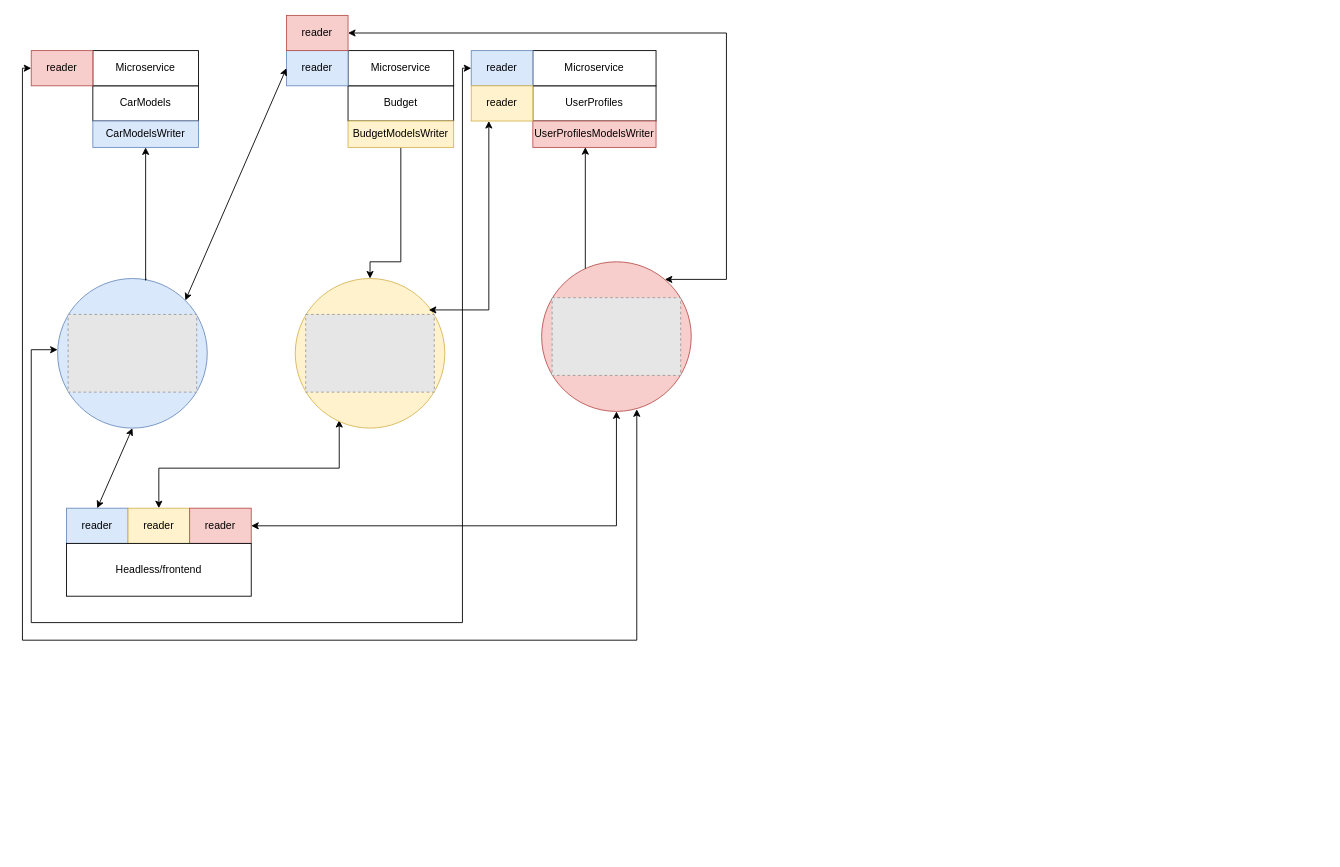
Earlier version of the draw.io diagram Namnlöst diagram.drawio (ronnisoderberg/RnD-testSuit). Source tidied: cells renumbered, new cells numbered last; positions are measured from the earlier drawing's top-left corner, leaving out a move shared by most shapes. Both pictures are drawn from the tidied source at 88%, with x=0, y=0 at pixel (22, 15). Pictures stored in the file or linked from it are replaced by grey dashed boxes.
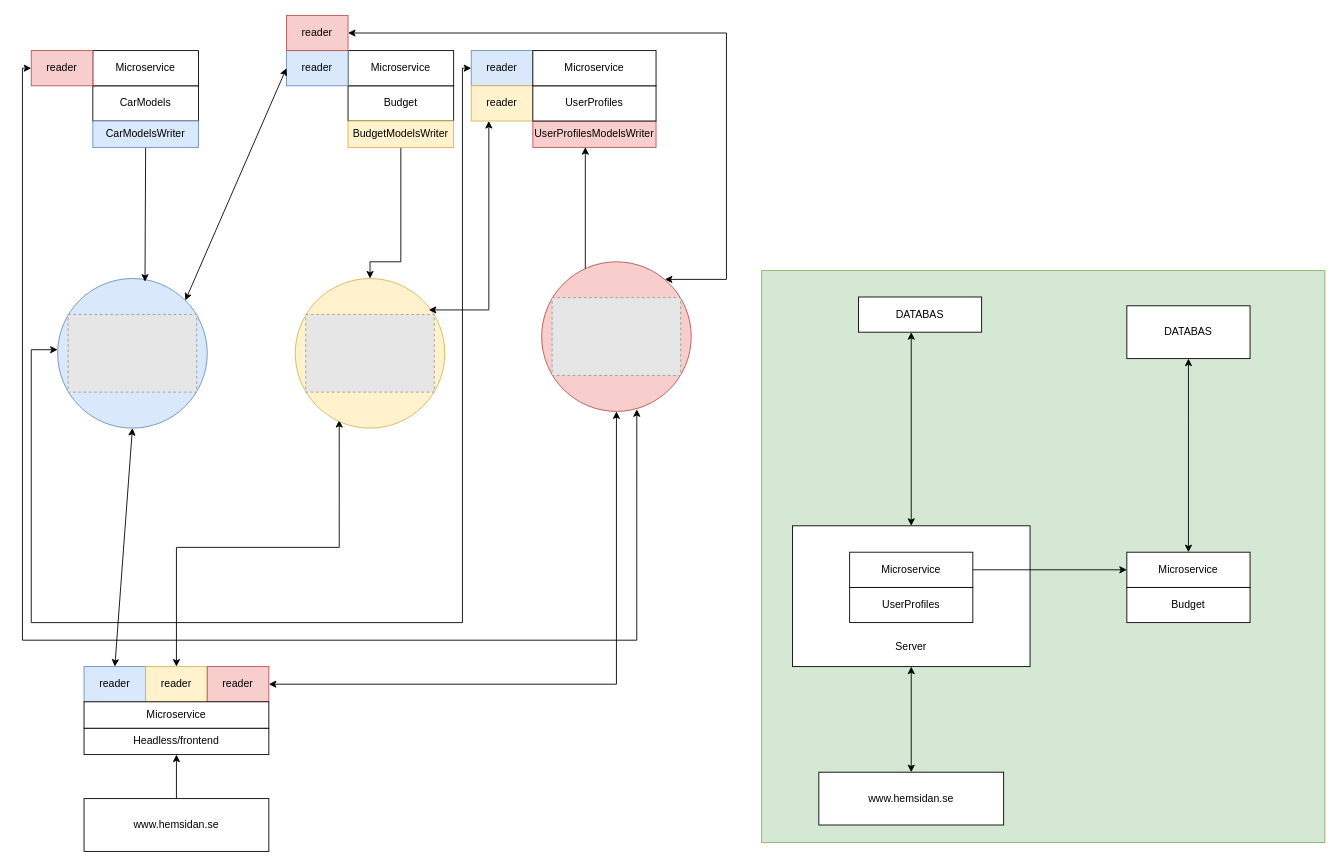
After the change.

The change refers to these unchanged cells:
```xml
<mxCell id="3" style="ellipse;whiteSpace=wrap;html=1;fillColor=#dae8fc;strokeColor=#6c8ebf;" parent="2" vertex="1">
  <mxGeometry width="170" height="170" as="geometry" />
</mxCell>
<mxCell id="7" value="CarModelsWriter" style="rounded=0;whiteSpace=wrap;html=1;fillColor=#dae8fc;strokeColor=#6c8ebf;" parent="1" vertex="1">
  <mxGeometry x="80" y="120" width="120" height="30" as="geometry" />
</mxCell>
```

Change to the diagram source:
```diff
@@
+    <mxCell id="40" value="&lt;br&gt;&lt;br&gt;&lt;br&gt;&lt;br&gt;&lt;br&gt;&lt;br&gt;&lt;br&gt;&lt;br&gt;&lt;br&gt;&lt;br&gt;&lt;br&gt;&lt;br&gt;&lt;br&gt;&lt;br&gt;&lt;br&gt;&lt;br&gt;&lt;br&gt;&lt;br&gt;&lt;br&gt;&lt;br&gt;&lt;br&gt;&lt;br&gt;&lt;br&gt;&lt;br&gt;&lt;br&gt;&lt;br&gt;&lt;br&gt;&lt;br&gt;&lt;br&gt;" style="rounded=0;whiteSpace=wrap;html=1;fillColor=#d5e8d4;strokeColor=#82b366;" parent="1" vertex="1">
+      <mxGeometry x="840" y="290" width="640" height="650" as="geometry" />
+    </mxCell>
+    <mxCell id="41" value="&lt;br&gt;&lt;br&gt;&lt;br&gt;&lt;br&gt;&lt;br&gt;&lt;br&gt;&lt;br&gt;&lt;br&gt;Server" style="rounded=0;whiteSpace=wrap;html=1;" parent="1" vertex="1">
+      <mxGeometry x="875" y="580" width="270" height="160" as="geometry" />
+    </mxCell>
@@
-    <mxCell id="6" style="edgeStyle=orthogonalEdgeStyle;rounded=0;jettySize=auto;html=1;exitX=0.5;exitY=1;exitDx=0;exitDy=0;startArrow=classic;startFill=1;endArrow=none;endFill=0;entryX=0.59;entryY=0;entryDx=0;entryDy=0;entryPerimeter=0;" parent="1" edge="1" source="7" target="3">
+    <mxCell id="6" style="edgeStyle=orthogonalEdgeStyle;rounded=0;jettySize=auto;html=1;exitX=0.5;exitY=1;exitDx=0;exitDy=0;startArrow=none;startFill=0;endArrow=classic;endFill=1;entryX=0.584;entryY=0.021;entryDx=0;entryDy=0;entryPerimeter=0;" parent="1" edge="1" source="7" target="3">
       <mxGeometry relative="1" as="geometry">
         <Array as="points">
-          <mxPoint x="140" y="301" />
+          <mxPoint x="139" y="150" />
         </Array>
       </mxGeometry>
     </mxCell>
@@
     <mxCell id="8" value="reader" style="rounded=0;whiteSpace=wrap;html=1;fillColor=#dae8fc;strokeColor=#6c8ebf;" parent="1" vertex="1">
-      <mxGeometry x="50" y="560" width="70" height="40" as="geometry" />
+      <mxGeometry x="70" y="740" width="70" height="40" as="geometry" />
     </mxCell>
@@
     <mxCell id="10" value="reader" style="rounded=0;whiteSpace=wrap;html=1;fillColor=#fff2cc;strokeColor=#d6b656;" parent="1" vertex="1">
-      <mxGeometry x="120" y="560" width="70" height="40" as="geometry" />
+      <mxGeometry x="140" y="740" width="70" height="40" as="geometry" />
     </mxCell>
@@
     <mxCell id="12" value="reader" style="rounded=0;whiteSpace=wrap;html=1;fillColor=#f8cecc;strokeColor=#b85450;" parent="1" vertex="1">
-      <mxGeometry x="190" y="560" width="70" height="40" as="geometry" />
+      <mxGeometry x="210" y="740" width="70" height="40" as="geometry" />
     </mxCell>
     <mxCell id="13" value="Headless/frontend" style="rounded=0;whiteSpace=wrap;html=1;" parent="1" vertex="1">
-      <mxGeometry x="50" y="600" width="210" height="60" as="geometry" />
+      <mxGeometry x="70" y="810" width="210" height="30" as="geometry" />
     </mxCell>
@@
     <mxCell id="30" value="UserProfiles" style="rounded=0;whiteSpace=wrap;html=1;" parent="1" vertex="1">
-      <mxGeometry x="580" y="80" width="140" height="40" as="geometry" />
+      <mxGeometry x="940" y="650" width="140" height="40" as="geometry" />
     </mxCell>
@@
+    <mxCell id="42" style="edgeStyle=orthogonalEdgeStyle;rounded=0;jettySize=auto;html=1;entryX=0;entryY=0.5;entryDx=0;entryDy=0;" parent="1" edge="1" source="33" target="53">
+      <mxGeometry relative="1" as="geometry" />
+    </mxCell>
     <mxCell id="33" value="Microservice" style="rounded=0;whiteSpace=wrap;html=1;" parent="1" vertex="1">
-      <mxGeometry x="580" y="40" width="140" height="40" as="geometry" />
+      <mxGeometry x="940" y="610" width="140" height="40" as="geometry" />
     </mxCell>
@@
+    <mxCell id="43" style="edgeStyle=orthogonalEdgeStyle;rounded=0;jettySize=auto;html=1;exitX=0.5;exitY=0;exitDx=0;exitDy=0;entryX=0.5;entryY=1;entryDx=0;entryDy=0;" parent="1" edge="1" source="44" target="13">
+      <mxGeometry relative="1" as="geometry" />
+    </mxCell>
+    <mxCell id="44" value="www.hemsidan.se&lt;br&gt;" style="rounded=0;whiteSpace=wrap;html=1;" parent="1" vertex="1">
+      <mxGeometry x="70" y="890" width="210" height="60" as="geometry" />
+    </mxCell>
+    <mxCell id="45" style="edgeStyle=orthogonalEdgeStyle;rounded=0;jettySize=auto;html=1;startArrow=classic;startFill=1;entryX=0.5;entryY=1;entryDx=0;entryDy=0;" parent="1" edge="1" source="46" target="41">
+      <mxGeometry relative="1" as="geometry" />
+    </mxCell>
+    <mxCell id="46" value="www.hemsidan.se&lt;br&gt;" style="rounded=0;whiteSpace=wrap;html=1;" parent="1" vertex="1">
+      <mxGeometry x="905" y="860" width="210" height="60" as="geometry" />
+    </mxCell>
+    <mxCell id="47" style="edgeStyle=orthogonalEdgeStyle;rounded=0;jettySize=auto;html=1;startArrow=classic;startFill=1;entryX=0.5;entryY=0;entryDx=0;entryDy=0;" parent="1" edge="1" source="48" target="41">
+      <mxGeometry relative="1" as="geometry">
+        <Array as="points">
+          <mxPoint x="1010" y="520" />
+          <mxPoint x="1010" y="520" />
+        </Array>
+      </mxGeometry>
+    </mxCell>
+    <mxCell id="48" value="DATABAS" style="rounded=0;whiteSpace=wrap;html=1;" parent="1" vertex="1">
+      <mxGeometry x="950" y="320" width="140" height="40" as="geometry" />
+    </mxCell>
+    <mxCell id="49" value="UserProfiles" style="rounded=0;whiteSpace=wrap;html=1;" parent="1" vertex="1">
+      <mxGeometry x="580" y="80" width="140" height="40" as="geometry" />
+    </mxCell>
+    <mxCell id="50" value="Microservice" style="rounded=0;whiteSpace=wrap;html=1;" parent="1" vertex="1">
+      <mxGeometry x="580" y="40" width="140" height="40" as="geometry" />
+    </mxCell>
+    <mxCell id="51" value="Microservice" style="rounded=0;whiteSpace=wrap;html=1;" parent="1" vertex="1">
+      <mxGeometry x="70" y="780" width="210" height="30" as="geometry" />
+    </mxCell>
+    <mxCell id="52" value="Budget" style="rounded=0;whiteSpace=wrap;html=1;" parent="1" vertex="1">
+      <mxGeometry x="1255" y="650" width="140" height="40" as="geometry" />
+    </mxCell>
+    <mxCell id="53" value="Microservice" style="rounded=0;whiteSpace=wrap;html=1;" parent="1" vertex="1">
+      <mxGeometry x="1255" y="610" width="140" height="40" as="geometry" />
+    </mxCell>
+    <mxCell id="54" style="edgeStyle=orthogonalEdgeStyle;rounded=0;jettySize=auto;html=1;startArrow=classic;startFill=1;entryX=0.5;entryY=0;entryDx=0;entryDy=0;exitX=0.5;exitY=1;exitDx=0;exitDy=0;" parent="1" edge="1" source="55" target="53">
+      <mxGeometry relative="1" as="geometry">
+        <Array as="points">
+          <mxPoint x="1325" y="460" />
+          <mxPoint x="1325" y="460" />
+        </Array>
+      </mxGeometry>
+    </mxCell>
+    <mxCell id="55" value="DATABAS" style="rounded=0;whiteSpace=wrap;html=1;" parent="1" vertex="1">
+      <mxGeometry x="1255" y="330" width="140" height="60" as="geometry" />
+    </mxCell>
```
